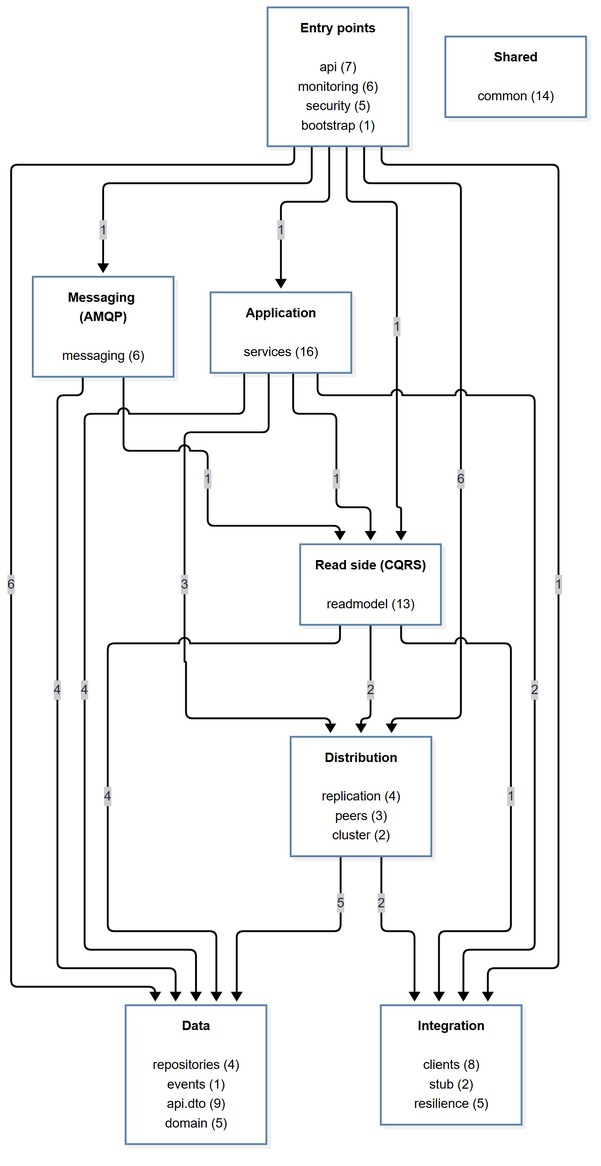
Before: docs/c4/7-development-view.png, a diagram exported from Mermaid (ImJay1527/flight-operations-service). Its source is kept beside it as docs/c4/7-development-view.mmd.
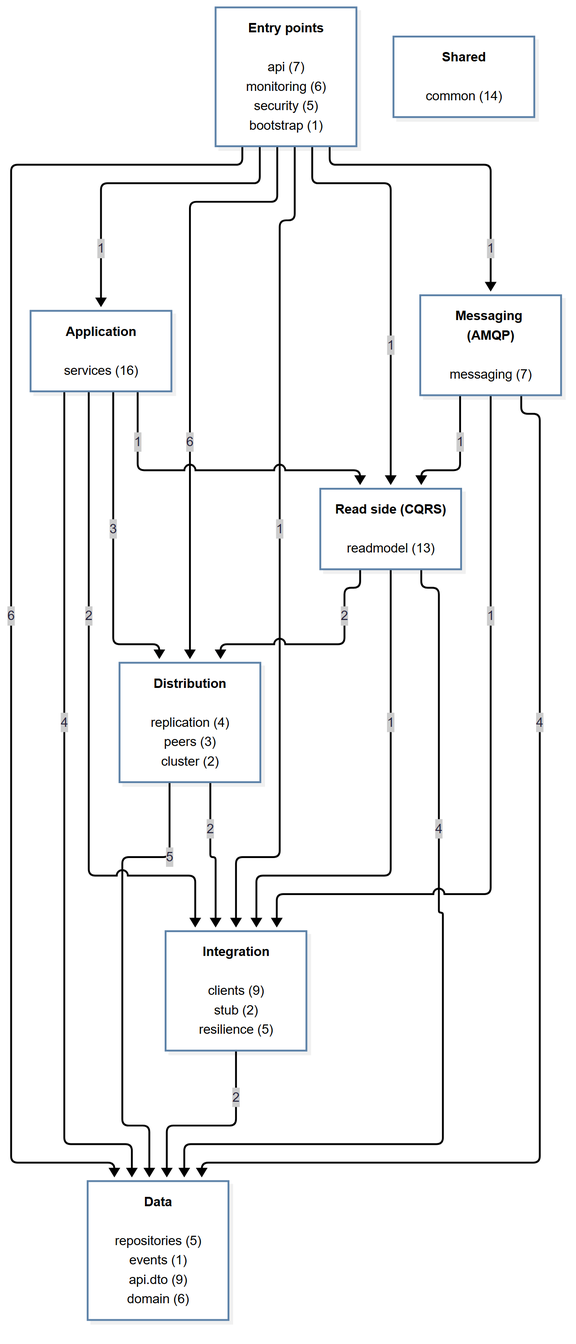
Above is the later version.

Change to the diagram source:
```diff
@@ -5,11 +5,11 @@
 flowchart TB
     G0["<b>Entry points</b><br/><br/>api (7)<br/>monitoring (6)<br/>security (5)<br/>bootstrap (1)"]
     G1["<b>Application</b><br/><br/>services (16)"]
-    G2["<b>Messaging (AMQP)</b><br/><br/>messaging (6)"]
+    G2["<b>Messaging (AMQP)</b><br/><br/>messaging (7)"]
     G3["<b>Read side (CQRS)</b><br/><br/>readmodel (13)"]
     G4["<b>Distribution</b><br/><br/>replication (4)<br/>peers (3)<br/>cluster (2)"]
-    G5["<b>Integration</b><br/><br/>clients (8)<br/>stub (2)<br/>resilience (5)"]
-    G6["<b>Data</b><br/><br/>repositories (4)<br/>events (1)<br/>api.dto (9)<br/>domain (5)"]
+    G5["<b>Integration</b><br/><br/>clients (9)<br/>stub (2)<br/>resilience (5)"]
+    G6["<b>Data</b><br/><br/>repositories (5)<br/>events (1)<br/>api.dto (9)<br/>domain (6)"]
     G7["<b>Shared</b><br/><br/>common (14)"]
     G1 -->|"4"| G6
     G1 -->|"3"| G4
@@ -23,7 +23,9 @@
     G0 -->|"1"| G5
     G0 -->|"1"| G2
     G0 -->|"1"| G3
+    G5 -->|"2"| G6
     G2 -->|"4"| G6
+    G2 -->|"1"| G5
     G2 -->|"1"| G3
     G3 -->|"4"| G6
     G3 -->|"2"| G4
```
